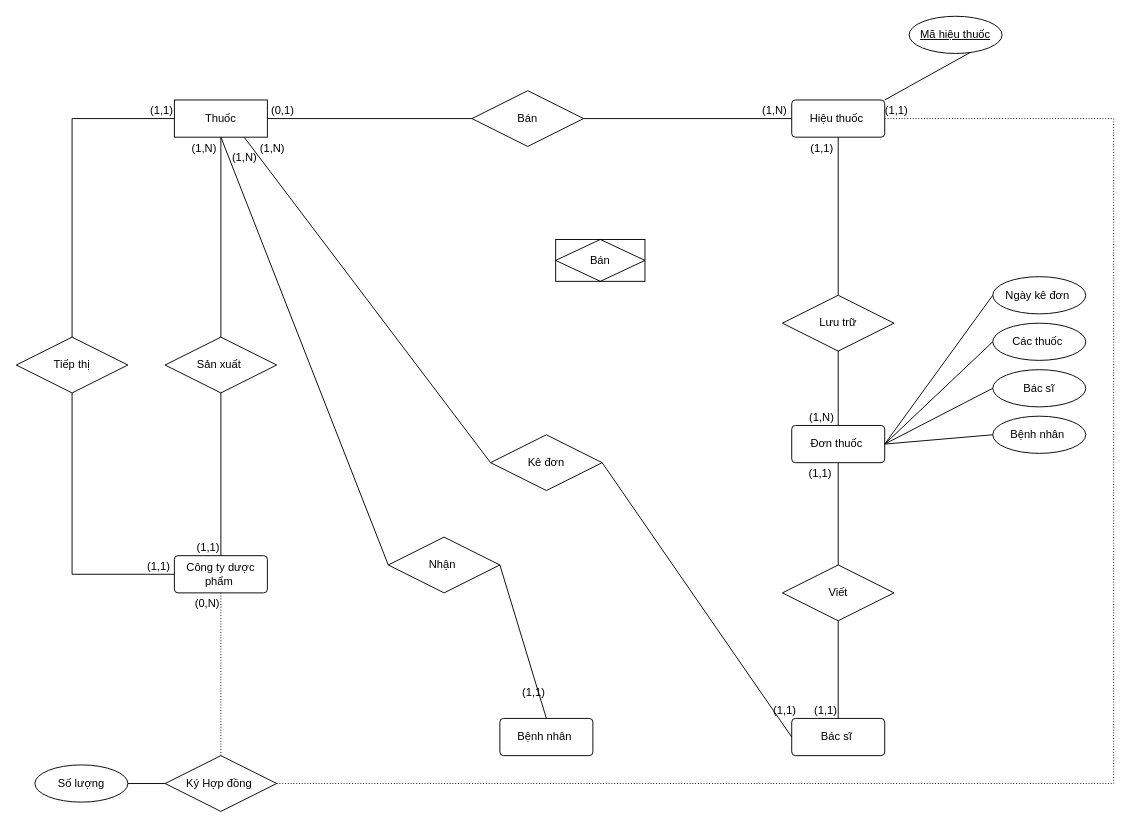
This is Biểu đồ không có tiêu đề.drawio from Hathe22/CSDL, a draw.io file, before an edit. Source tidied: cells renumbered, new cells numbered last; positions are measured from the earlier drawing's top-left corner, leaving out a move shared by most shapes. Both pictures are drawn from the tidied source at 93%, with x=0, y=0 at pixel (16, 16).
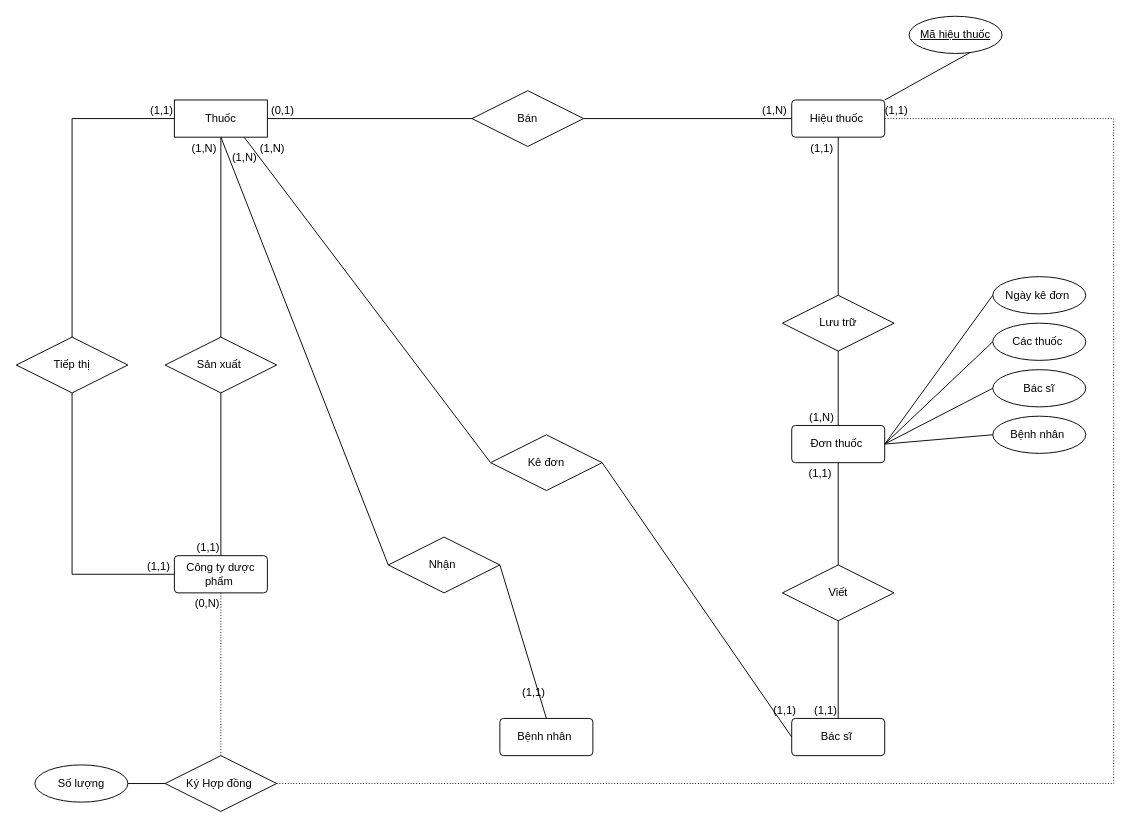
After the change.

Commit message:
Cập nhật Biểu đồ không có tiêu đề.drawio

What changed in the source:
```diff
@@
-    <mxCell id="12" value="Bán" style="shape=associativeEntity;whiteSpace=wrap;html=1;align=center;" parent="1" vertex="1">
-      <mxGeometry x="580" y="240" width="96" height="45" as="geometry" />
-    </mxCell>
```
